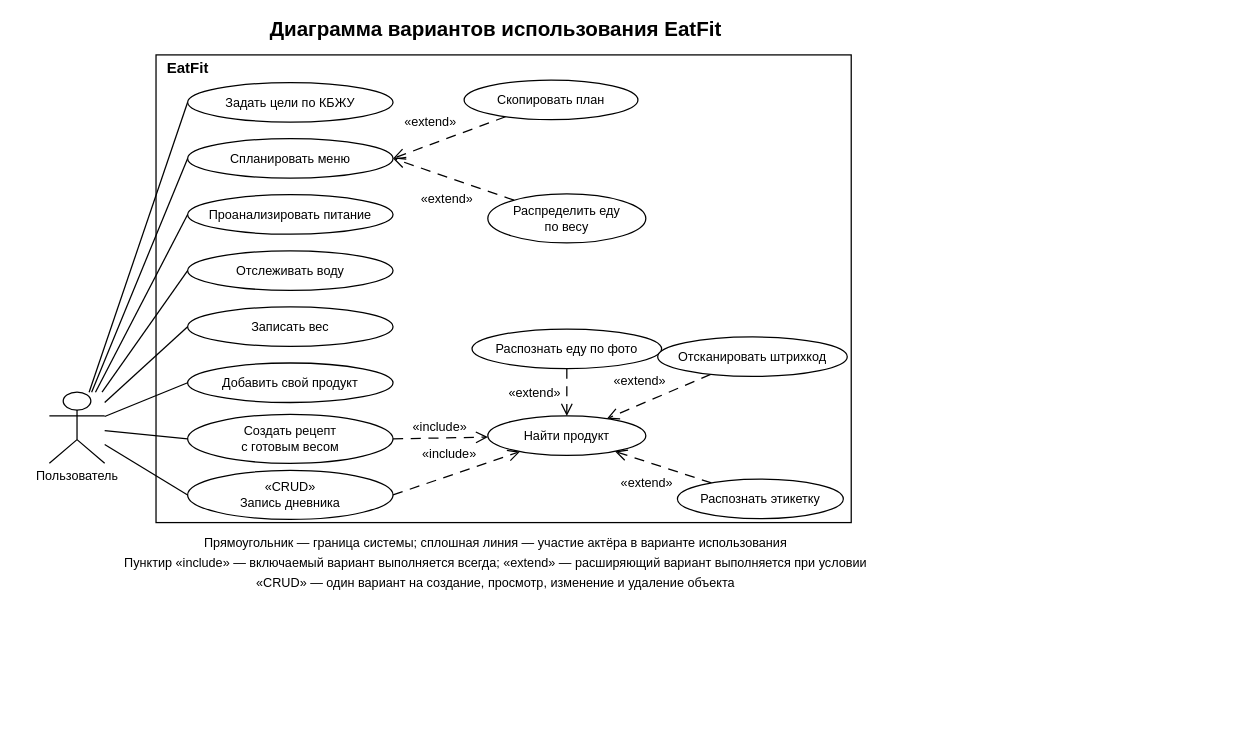
Before: page "3.2 Варианты использования EatFit" (10 of 11) of Лабораторная 3/Счётчик калорий.drawio in Vvvv4a40/OOAP, a draw.io diagram. Source tidied: cells renumbered, new cells numbered last; positions are measured from the earlier drawing's top-left corner, leaving out a move shared by most shapes. Both pictures are drawn from the tidied source at 79%, with x=0, y=0 at pixel (13, 13).
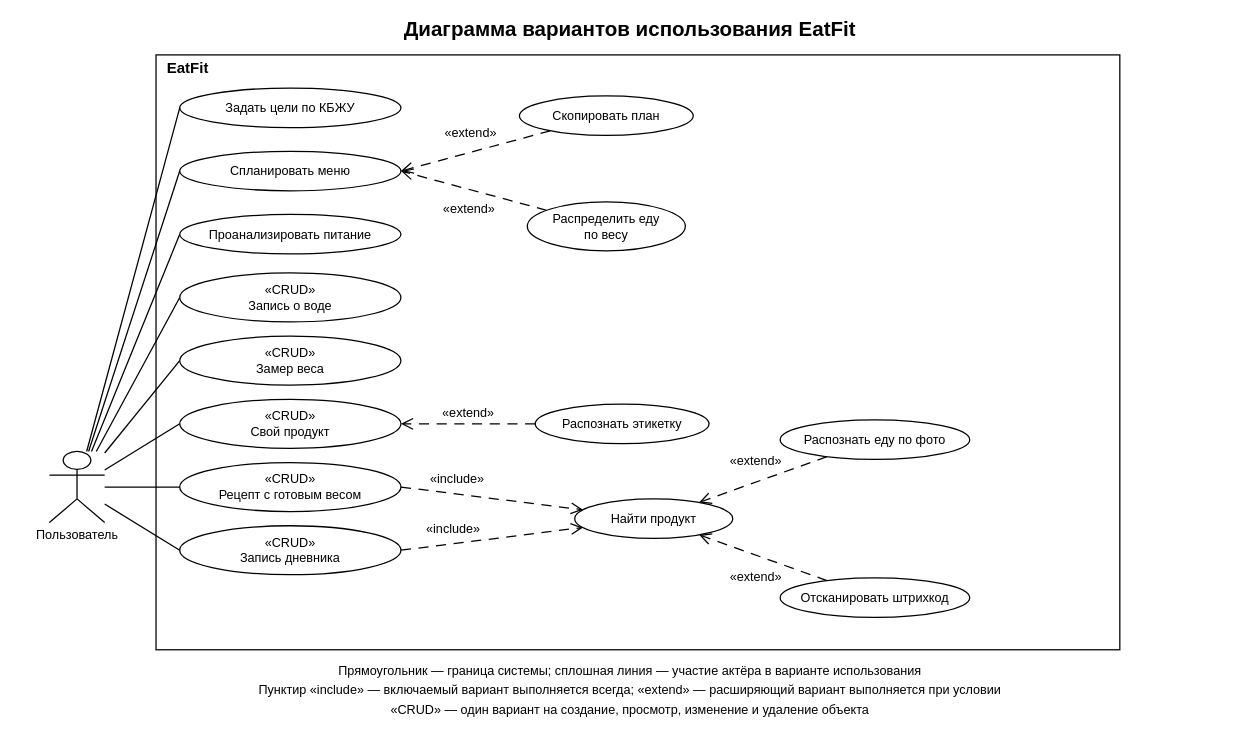
After the change.

Diff of the diagram source:
```diff
@@
     <mxCell id="2" style="html=0;whiteSpace=wrap;strokeColor=#000000;strokeWidth=1.6;fontColor=#000000;fontFamily=Arial;fillColor=none;rounded=0;" parent="1" vertex="1">
-      <mxGeometry x="180" y="52" width="880" height="592" as="geometry" />
+      <mxGeometry x="180" y="52" width="1220" height="753" as="geometry" />
     </mxCell>
@@
+    <mxCell id="46" style="edgeStyle=none;html=0;rounded=0;strokeColor=#000000;strokeWidth=1.6;fontFamily=Arial;dashed=1;dashPattern=8 6;endArrow=open;endFill=0;endSize=12;entryX=1;entryY=0.5;entryPerimeter=0;" parent="1" edge="1" source="32" target="23">
+      <mxGeometry relative="1" as="geometry" />
+    </mxCell>
@@
-    <mxCell id="17" style="edgeStyle=none;html=0;rounded=0;strokeColor=#000000;strokeWidth=1.6;fontFamily=Arial;dashed=1;dashPattern=8 6;endArrow=open;endFill=0;endSize=12;" parent="1" edge="1" source="32" target="30">
-      <mxGeometry relative="1" as="geometry" />
-    </mxCell>
     <mxCell id="18" value="Задать цели по КБЖУ" style="ellipse;html=0;whiteSpace=wrap;strokeColor=#000000;strokeWidth=1.6;fontColor=#000000;fontFamily=Arial;fillColor=#ffffff;fontSize=16;fontStyle=0;align=center;verticalAlign=middle;spacing=0;" parent="1" vertex="1">
-      <mxGeometry x="220" y="87" width="260" height="50" as="geometry" />
+      <mxGeometry x="210" y="94" width="280" height="50" as="geometry" />
     </mxCell>
     <mxCell id="19" value="Спланировать меню" style="ellipse;html=0;whiteSpace=wrap;strokeColor=#000000;strokeWidth=1.6;fontColor=#000000;fontFamily=Arial;fillColor=#ffffff;fontSize=16;fontStyle=0;align=center;verticalAlign=middle;spacing=0;" parent="1" vertex="1">
-      <mxGeometry x="220" y="158" width="260" height="50" as="geometry" />
+      <mxGeometry x="210" y="174" width="280" height="50" as="geometry" />
     </mxCell>
     <mxCell id="20" value="Проанализировать питание" style="ellipse;html=0;whiteSpace=wrap;strokeColor=#000000;strokeWidth=1.6;fontColor=#000000;fontFamily=Arial;fillColor=#ffffff;fontSize=16;fontStyle=0;align=center;verticalAlign=middle;spacing=0;" parent="1" vertex="1">
-      <mxGeometry x="220" y="229" width="260" height="50" as="geometry" />
+      <mxGeometry x="210" y="254" width="280" height="50" as="geometry" />
     </mxCell>
-    <mxCell id="21" value="Отслеживать воду" style="ellipse;html=0;whiteSpace=wrap;strokeColor=#000000;strokeWidth=1.6;fontColor=#000000;fontFamily=Arial;fillColor=#ffffff;fontSize=16;fontStyle=0;align=center;verticalAlign=middle;spacing=0;" parent="1" vertex="1">
-      <mxGeometry x="220" y="300" width="260" height="50" as="geometry" />
+    <mxCell id="21" value="«CRUD»&#10;Запись о воде" style="ellipse;html=0;whiteSpace=wrap;strokeColor=#000000;strokeWidth=1.6;fontColor=#000000;fontFamily=Arial;fillColor=#ffffff;fontSize=16;fontStyle=0;align=center;verticalAlign=middle;spacing=0;" parent="1" vertex="1">
+      <mxGeometry x="210" y="328" width="280" height="62" as="geometry" />
     </mxCell>
-    <mxCell id="22" value="Записать вес" style="ellipse;html=0;whiteSpace=wrap;strokeColor=#000000;strokeWidth=1.6;fontColor=#000000;fontFamily=Arial;fillColor=#ffffff;fontSize=16;fontStyle=0;align=center;verticalAlign=middle;spacing=0;" parent="1" vertex="1">
-      <mxGeometry x="220" y="371" width="260" height="50" as="geometry" />
+    <mxCell id="22" value="«CRUD»&#10;Замер веса" style="ellipse;html=0;whiteSpace=wrap;strokeColor=#000000;strokeWidth=1.6;fontColor=#000000;fontFamily=Arial;fillColor=#ffffff;fontSize=16;fontStyle=0;align=center;verticalAlign=middle;spacing=0;" parent="1" vertex="1">
+      <mxGeometry x="210" y="408" width="280" height="62" as="geometry" />
     </mxCell>
-    <mxCell id="23" value="Добавить свой продукт" style="ellipse;html=0;whiteSpace=wrap;strokeColor=#000000;strokeWidth=1.6;fontColor=#000000;fontFamily=Arial;fillColor=#ffffff;fontSize=16;fontStyle=0;align=center;verticalAlign=middle;spacing=0;" parent="1" vertex="1">
-      <mxGeometry x="220" y="442" width="260" height="50" as="geometry" />
+    <mxCell id="23" value="«CRUD»&#10;Свой продукт" style="ellipse;html=0;whiteSpace=wrap;strokeColor=#000000;strokeWidth=1.6;fontColor=#000000;fontFamily=Arial;fillColor=#ffffff;fontSize=16;fontStyle=0;align=center;verticalAlign=middle;spacing=0;" parent="1" vertex="1">
+      <mxGeometry x="210" y="488" width="280" height="62" as="geometry" />
     </mxCell>
-    <mxCell id="24" value="Создать рецепт&#10;с готовым весом" style="ellipse;html=0;whiteSpace=wrap;strokeColor=#000000;strokeWidth=1.6;fontColor=#000000;fontFamily=Arial;fillColor=#ffffff;fontSize=16;fontStyle=0;align=center;verticalAlign=middle;spacing=0;" parent="1" vertex="1">
-      <mxGeometry x="220" y="507" width="260" height="62" as="geometry" />
+    <mxCell id="24" value="«CRUD»&#10;Рецепт с готовым весом" style="ellipse;html=0;whiteSpace=wrap;strokeColor=#000000;strokeWidth=1.6;fontColor=#000000;fontFamily=Arial;fillColor=#ffffff;fontSize=16;fontStyle=0;align=center;verticalAlign=middle;spacing=0;" parent="1" vertex="1">
+      <mxGeometry x="210" y="568" width="280" height="62" as="geometry" />
     </mxCell>
     <mxCell id="25" value="«CRUD»&#10;Запись дневника" style="ellipse;html=0;whiteSpace=wrap;strokeColor=#000000;strokeWidth=1.6;fontColor=#000000;fontFamily=Arial;fillColor=#ffffff;fontSize=16;fontStyle=0;align=center;verticalAlign=middle;spacing=0;" parent="1" vertex="1">
-      <mxGeometry x="220" y="578" width="260" height="62" as="geometry" />
+      <mxGeometry x="210" y="648" width="280" height="62" as="geometry" />
     </mxCell>
     <mxCell id="26" style="shape=umlActor;html=0;whiteSpace=wrap;strokeColor=#000000;strokeWidth=1.6;fontColor=#000000;fontFamily=Arial;fillColor=#ffffff;rounded=0;" parent="1" vertex="1">
-      <mxGeometry x="45" y="479" width="70" height="90" as="geometry" />
+      <mxGeometry x="45" y="554" width="70" height="90" as="geometry" />
     </mxCell>
     <mxCell id="27" value="Скопировать план" style="ellipse;html=0;whiteSpace=wrap;strokeColor=#000000;strokeWidth=1.6;fontColor=#000000;fontFamily=Arial;fillColor=#ffffff;fontSize=16;fontStyle=0;align=center;verticalAlign=middle;spacing=0;" parent="1" vertex="1">
-      <mxGeometry x="570" y="84" width="220" height="50" as="geometry" />
+      <mxGeometry x="640" y="104" width="220" height="50" as="geometry" />
     </mxCell>
     <mxCell id="28" value="Распределить еду&#10;по весу" style="ellipse;html=0;whiteSpace=wrap;strokeColor=#000000;strokeWidth=1.6;fontColor=#000000;fontFamily=Arial;fillColor=#ffffff;fontSize=16;fontStyle=0;align=center;verticalAlign=middle;spacing=0;" parent="1" vertex="1">
-      <mxGeometry x="600" y="228" width="200" height="62" as="geometry" />
+      <mxGeometry x="650" y="238" width="200" height="62" as="geometry" />
     </mxCell>
+    <mxCell id="32" value="Распознать этикетку" style="ellipse;html=0;whiteSpace=wrap;strokeColor=#000000;strokeWidth=1.6;fontColor=#000000;fontFamily=Arial;fillColor=#ffffff;fontSize=16;fontStyle=0;align=center;verticalAlign=middle;spacing=0;" parent="1" vertex="1">
+      <mxGeometry x="660" y="494" width="220" height="50" as="geometry" />
+    </mxCell>
+    <mxCell id="30" value="Найти продукт" style="ellipse;html=0;whiteSpace=wrap;strokeColor=#000000;strokeWidth=1.6;fontColor=#000000;fontFamily=Arial;fillColor=#ffffff;fontSize=16;fontStyle=0;align=center;verticalAlign=middle;spacing=0;" parent="1" vertex="1">
+      <mxGeometry x="710" y="614" width="200" height="50" as="geometry" />
+    </mxCell>
     <mxCell id="29" value="Распознать еду по фото" style="ellipse;html=0;whiteSpace=wrap;strokeColor=#000000;strokeWidth=1.6;fontColor=#000000;fontFamily=Arial;fillColor=#ffffff;fontSize=16;fontStyle=0;align=center;verticalAlign=middle;spacing=0;" parent="1" vertex="1">
-      <mxGeometry x="580" y="399" width="240" height="50" as="geometry" />
+      <mxGeometry x="970" y="514" width="240" height="50" as="geometry" />
     </mxCell>
-    <mxCell id="30" value="Найти продукт" style="ellipse;html=0;whiteSpace=wrap;strokeColor=#000000;strokeWidth=1.6;fontColor=#000000;fontFamily=Arial;fillColor=#ffffff;fontSize=16;fontStyle=0;align=center;verticalAlign=middle;spacing=0;" parent="1" vertex="1">
-      <mxGeometry x="600" y="509" width="200" height="50" as="geometry" />
-    </mxCell>
     <mxCell id="31" value="Отсканировать штрихкод" style="ellipse;html=0;whiteSpace=wrap;strokeColor=#000000;strokeWidth=1.6;fontColor=#000000;fontFamily=Arial;fillColor=#ffffff;fontSize=16;fontStyle=0;align=center;verticalAlign=middle;spacing=0;" parent="1" vertex="1">
-      <mxGeometry x="815" y="409" width="240" height="50" as="geometry" />
+      <mxGeometry x="970" y="714" width="240" height="50" as="geometry" />
     </mxCell>
-    <mxCell id="32" value="Распознать этикетку" style="ellipse;html=0;whiteSpace=wrap;strokeColor=#000000;strokeWidth=1.6;fontColor=#000000;fontFamily=Arial;fillColor=#ffffff;fontSize=16;fontStyle=0;align=center;verticalAlign=middle;spacing=0;" parent="1" vertex="1">
-      <mxGeometry x="840" y="589" width="210" height="50" as="geometry" />
-    </mxCell>
     <mxCell id="33" value="Диаграмма вариантов использования EatFit" style="text;html=0;whiteSpace=wrap;overflow=hidden;rounded=0;strokeColor=none;fillColor=none;fontColor=#000000;fontFamily=Arial;spacing=0;fontSize=26;fontStyle=1;align=center;verticalAlign=middle;" parent="1" vertex="1">
-      <mxGeometry width="1220" height="40" as="geometry" />
+      <mxGeometry width="1560" height="40" as="geometry" />
     </mxCell>
@@
     <mxCell id="35" value="Пользователь" style="text;html=0;whiteSpace=wrap;overflow=hidden;rounded=0;strokeColor=none;fillColor=none;fontColor=#000000;fontFamily=Arial;spacing=0;fontSize=16;fontStyle=0;align=center;verticalAlign=middle;" parent="1" vertex="1">
-      <mxGeometry x="17.5" y="573" width="125" height="22" as="geometry" />
+      <mxGeometry x="17.5" y="648" width="125" height="22" as="geometry" />
     </mxCell>
     <mxCell id="36" value="Прямоугольник — граница системы; сплошная линия — участие актёра в варианте использования" style="text;html=0;whiteSpace=wrap;overflow=hidden;rounded=0;strokeColor=none;fillColor=none;fontColor=#000000;fontFamily=Arial;spacing=0;fontSize=16;fontStyle=0;align=center;verticalAlign=middle;" parent="1" vertex="1">
-      <mxGeometry y="658" width="1220" height="24" as="geometry" />
+      <mxGeometry y="819" width="1560" height="24" as="geometry" />
     </mxCell>
     <mxCell id="37" value="Пунктир «include» — включаемый вариант выполняется всегда; «extend» — расширяющий вариант выполняется при условии" style="text;html=0;whiteSpace=wrap;overflow=hidden;rounded=0;strokeColor=none;fillColor=none;fontColor=#000000;fontFamily=Arial;spacing=0;fontSize=16;fontStyle=0;align=center;verticalAlign=middle;" parent="1" vertex="1">
-      <mxGeometry y="683" width="1220" height="24" as="geometry" />
+      <mxGeometry y="844" width="1560" height="24" as="geometry" />
     </mxCell>
     <mxCell id="38" value="«CRUD» — один вариант на создание, просмотр, изменение и удаление объекта" style="text;html=0;whiteSpace=wrap;overflow=hidden;rounded=0;strokeColor=none;fillColor=none;fontColor=#000000;fontFamily=Arial;spacing=0;fontSize=16;fontStyle=0;align=center;verticalAlign=middle;" parent="1" vertex="1">
-      <mxGeometry y="708" width="1220" height="24" as="geometry" />
+      <mxGeometry y="869" width="1560" height="24" as="geometry" />
     </mxCell>
     <mxCell id="39" value="«extend»" style="text;html=0;whiteSpace=wrap;overflow=hidden;rounded=0;strokeColor=none;fillColor=none;fontColor=#000000;fontFamily=Arial;spacing=0;fontSize=16;fontStyle=0;align=center;verticalAlign=middle;" parent="1" vertex="1">
-      <mxGeometry x="490" y="126" width="75" height="22" as="geometry" />
+      <mxGeometry x="541" y="140" width="75" height="22" as="geometry" />
     </mxCell>
     <mxCell id="40" value="«extend»" style="text;html=0;whiteSpace=wrap;overflow=hidden;rounded=0;strokeColor=none;fillColor=none;fontColor=#000000;fontFamily=Arial;spacing=0;fontSize=16;fontStyle=0;align=center;verticalAlign=middle;" parent="1" vertex="1">
-      <mxGeometry x="511" y="223" width="75" height="22" as="geometry" />
+      <mxGeometry x="539" y="235" width="75" height="22" as="geometry" />
     </mxCell>
+    <mxCell id="45" value="«extend»" style="text;html=0;whiteSpace=wrap;overflow=hidden;rounded=0;strokeColor=none;fillColor=none;fontColor=#000000;fontFamily=Arial;spacing=0;fontSize=16;fontStyle=0;align=center;verticalAlign=middle;" parent="1" vertex="1">
+      <mxGeometry x="538" y="494" width="75" height="22" as="geometry" />
+    </mxCell>
     <mxCell id="41" value="«include»" style="text;html=0;whiteSpace=wrap;overflow=hidden;rounded=0;strokeColor=none;fillColor=none;fontColor=#000000;fontFamily=Arial;spacing=0;fontSize=16;fontStyle=0;align=center;verticalAlign=middle;" parent="1" vertex="1">
-      <mxGeometry x="500" y="511" width="79" height="22" as="geometry" />
+      <mxGeometry x="522" y="578" width="79" height="22" as="geometry" />
     </mxCell>
     <mxCell id="42" value="«include»" style="text;html=0;whiteSpace=wrap;overflow=hidden;rounded=0;strokeColor=none;fillColor=none;fontColor=#000000;fontFamily=Arial;spacing=0;fontSize=16;fontStyle=0;align=center;verticalAlign=middle;" parent="1" vertex="1">
-      <mxGeometry x="512" y="546" width="79" height="22" as="geometry" />
+      <mxGeometry x="517" y="641" width="79" height="22" as="geometry" />
     </mxCell>
     <mxCell id="43" value="«extend»" style="text;html=0;whiteSpace=wrap;overflow=hidden;rounded=0;strokeColor=none;fillColor=none;fontColor=#000000;fontFamily=Arial;spacing=0;fontSize=16;fontStyle=0;align=center;verticalAlign=middle;" parent="1" vertex="1">
-      <mxGeometry x="622" y="468" width="75" height="22" as="geometry" />
+      <mxGeometry x="902" y="554" width="75" height="22" as="geometry" />
     </mxCell>
     <mxCell id="44" value="«extend»" style="text;html=0;whiteSpace=wrap;overflow=hidden;rounded=0;strokeColor=none;fillColor=none;fontColor=#000000;fontFamily=Arial;spacing=0;fontSize=16;fontStyle=0;align=center;verticalAlign=middle;" parent="1" vertex="1">
-      <mxGeometry x="755" y="453" width="75" height="22" as="geometry" />
+      <mxGeometry x="902" y="702" width="75" height="22" as="geometry" />
     </mxCell>
-    <mxCell id="45" value="«extend»" style="text;html=0;whiteSpace=wrap;overflow=hidden;rounded=0;strokeColor=none;fillColor=none;fontColor=#000000;fontFamily=Arial;spacing=0;fontSize=16;fontStyle=0;align=center;verticalAlign=middle;" parent="1" vertex="1">
-      <mxGeometry x="764" y="583" width="75" height="22" as="geometry" />
-    </mxCell>
```
